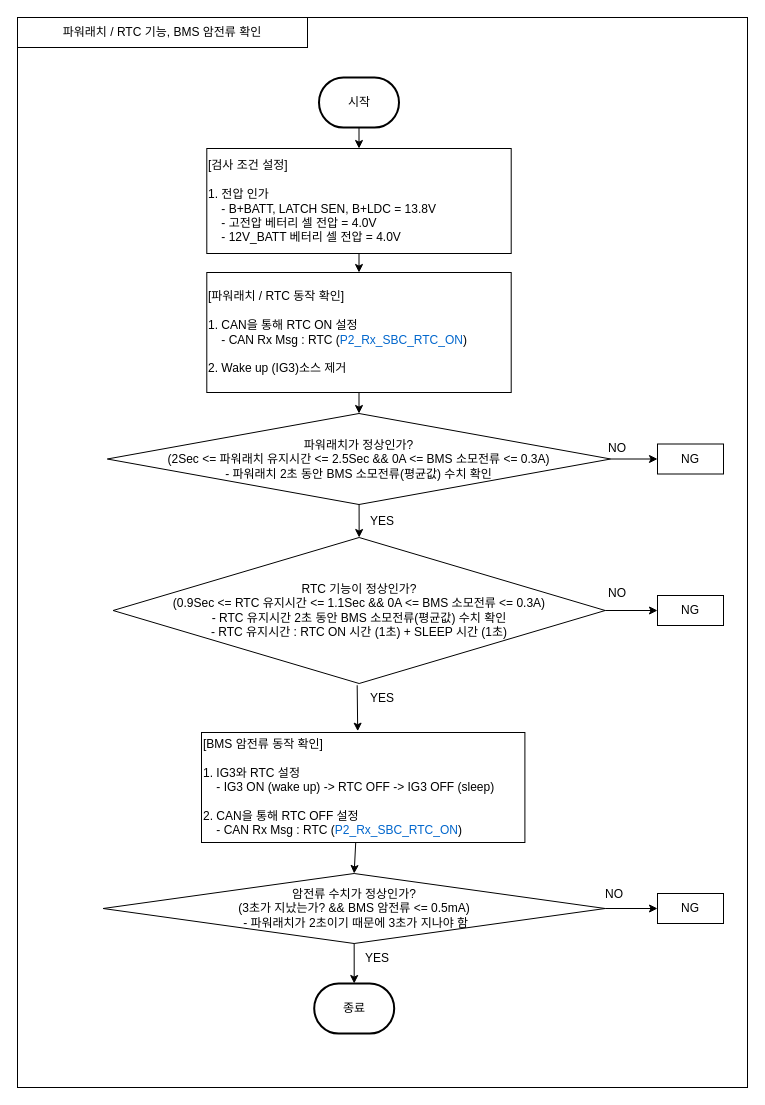
Earlier version of the draw.io diagram 파워래치/rtc 기능 확인 bms 암전류 확인.drawio (chaeyoonl/state-transition-diagram-test). Source tidied: cells renumbered, new cells numbered last; positions are measured from the earlier drawing's top-left corner, leaving out a move shared by most shapes. Both pictures are drawn from the tidied source at 100%, with x=0, y=0 at pixel (17, 17).
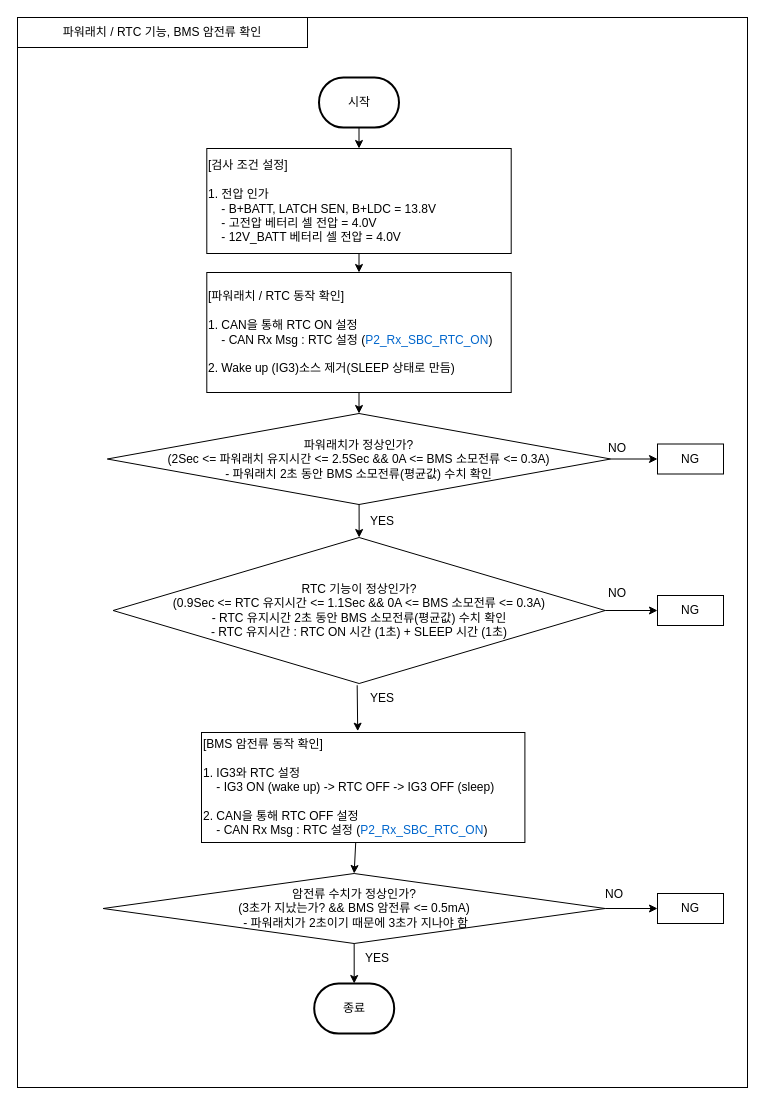
The same diagram, later.

Commit message:
rtc 기능 확인 bms 암전류 확인.drawio 업데이트

Change to the diagram source:
```diff
@@
-    <mxCell id="21" value="[BMS 암전류 동작 확인]&lt;br&gt;&lt;br&gt;1. IG3와 RTC 설정&lt;br&gt;&amp;nbsp; &amp;nbsp; - IG3 ON (wake up) -&amp;gt; RTC OFF -&amp;gt;&amp;nbsp;IG3 OFF (sleep)&lt;br&gt;&lt;br&gt;2. CAN을 통해 RTC OFF 설정&lt;br&gt;&amp;nbsp; &amp;nbsp; - CAN Rx Msg : RTC&amp;nbsp;(&lt;font style=&quot;border-color: var(--border-color);&quot; color=&quot;#0066cc&quot;&gt;P2_Rx_SBC_RTC_ON&lt;/font&gt;)" style="rounded=0;whiteSpace=wrap;html=1;align=left;" parent="1" vertex="1">
+    <mxCell id="21" value="[BMS 암전류 동작 확인]&lt;br&gt;&lt;br&gt;1. IG3와 RTC 설정&lt;br&gt;&amp;nbsp; &amp;nbsp; - IG3 ON (wake up) -&amp;gt; RTC OFF -&amp;gt;&amp;nbsp;IG3 OFF (sleep)&lt;br&gt;&lt;br&gt;2. CAN을 통해 RTC OFF 설정&lt;br&gt;&amp;nbsp; &amp;nbsp; - CAN Rx Msg : RTC 설정 (&lt;font style=&quot;border-color: var(--border-color);&quot; color=&quot;#0066cc&quot;&gt;P2_Rx_SBC_RTC_ON&lt;/font&gt;)" style="rounded=0;whiteSpace=wrap;html=1;align=left;" parent="1" vertex="1">
       <mxGeometry x="184" y="715" width="323.4" height="110" as="geometry" />
     </mxCell>
@@
-    <mxCell id="31" value="[파워래치 / RTC 동작 확인]&lt;br&gt;&lt;br&gt;1. CAN을 통해 RTC ON 설정&lt;br&gt;&amp;nbsp; &amp;nbsp; - CAN Rx Msg : RTC&amp;nbsp;(&lt;font style=&quot;border-color: var(--border-color);&quot; color=&quot;#0066cc&quot;&gt;P2_Rx_SBC_RTC_ON&lt;/font&gt;)&lt;br&gt;&lt;br&gt;2. Wake up (IG3)소스 제거" style="rounded=0;whiteSpace=wrap;html=1;align=left;" parent="1" vertex="1">
+    <mxCell id="31" value="[파워래치 / RTC 동작 확인]&lt;br&gt;&lt;br&gt;1. CAN을 통해 RTC ON 설정&lt;br&gt;&amp;nbsp; &amp;nbsp; - CAN Rx Msg : RTC 설정 (&lt;font style=&quot;border-color: var(--border-color);&quot; color=&quot;#0066cc&quot;&gt;P2_Rx_SBC_RTC_ON&lt;/font&gt;)&lt;br&gt;&lt;br&gt;2. Wake up (IG3)소스 제거(SLEEP 상태로 만듬)" style="rounded=0;whiteSpace=wrap;html=1;align=left;" parent="1" vertex="1">
       <mxGeometry x="189.3" y="255" width="304.4" height="120" as="geometry" />
     </mxCell>
```
